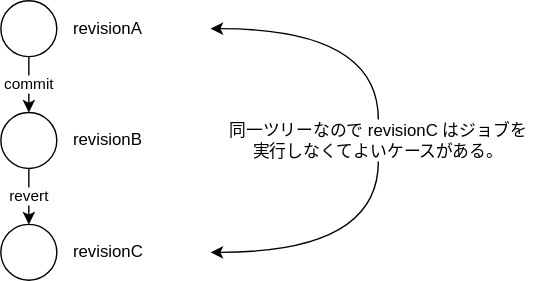
Above: doc/blog/add-label.drawio.svg in mitoma/sver (draw.io), before the change. Source tidied: cells renumbered, new cells last; positions are measured from the earlier drawing's top-left corner, leaving out a move shared by most shapes. Its diagram source:
```xml
<mxGraphModel>
  <root>
    <mxCell id="0" />
    <mxCell id="1" parent="0" />
    <mxCell id="2" style="group;" parent="1" vertex="1">
      <mxGeometry width="150" height="40" as="geometry" />
    </mxCell>
    <mxCell id="3" style="ellipse;whiteSpace=wrap;html=1;" parent="2" vertex="1">
      <mxGeometry width="40" height="40" as="geometry" />
    </mxCell>
    <mxCell id="4" value="revisionA" style="text;html=1;strokeColor=none;fillColor=none;align=left;verticalAlign=middle;whiteSpace=wrap;rounded=0;" parent="2" vertex="1">
      <mxGeometry x="50" y="5" width="100" height="30" as="geometry" />
    </mxCell>
    <mxCell id="5" style="group;" parent="1" vertex="1">
      <mxGeometry y="80" width="150" height="40" as="geometry" />
    </mxCell>
    <mxCell id="6" style="ellipse;whiteSpace=wrap;html=1;" parent="5" vertex="1">
      <mxGeometry width="40" height="40" as="geometry" />
    </mxCell>
    <mxCell id="7" value="revisionB" style="text;html=1;strokeColor=none;fillColor=none;align=left;verticalAlign=middle;whiteSpace=wrap;rounded=0;" parent="5" vertex="1">
      <mxGeometry x="50" y="5" width="100" height="30" as="geometry" />
    </mxCell>
    <mxCell id="8" style="group;" parent="1" vertex="1">
      <mxGeometry y="160" width="150" height="40" as="geometry" />
    </mxCell>
    <mxCell id="9" style="ellipse;whiteSpace=wrap;html=1;" parent="8" vertex="1">
      <mxGeometry width="40" height="40" as="geometry" />
    </mxCell>
    <mxCell id="10" value="revisionC" style="text;html=1;strokeColor=none;fillColor=none;align=left;verticalAlign=middle;whiteSpace=wrap;rounded=0;" parent="8" vertex="1">
      <mxGeometry x="50" y="5" width="100" height="30" as="geometry" />
    </mxCell>
    <mxCell id="11" value="commit" style="edgeStyle=none;html=1;exitX=0.5;exitY=1;exitDx=0;exitDy=0;entryX=0.5;entryY=0;entryDx=0;entryDy=0;" parent="1" edge="1" source="3" target="6">
      <mxGeometry relative="1" as="geometry" />
    </mxCell>
    <mxCell id="12" value="revert" style="edgeStyle=none;html=1;exitX=0.5;exitY=1;exitDx=0;exitDy=0;entryX=0.5;entryY=0;entryDx=0;entryDy=0;" parent="1" edge="1" source="6" target="9">
      <mxGeometry relative="1" as="geometry" />
    </mxCell>
    <mxCell id="13" style="edgeStyle=orthogonalEdgeStyle;html=1;exitX=0.5;exitY=0;exitDx=0;exitDy=0;entryX=1;entryY=0.5;entryDx=0;entryDy=0;curved=1;" parent="1" edge="1" source="15" target="4">
      <mxGeometry relative="1" as="geometry" />
    </mxCell>
    <mxCell id="14" style="edgeStyle=orthogonalEdgeStyle;curved=1;html=1;exitX=0.5;exitY=1;exitDx=0;exitDy=0;entryX=1;entryY=0.5;entryDx=0;entryDy=0;" parent="1" edge="1" source="15" target="10">
      <mxGeometry relative="1" as="geometry" />
    </mxCell>
    <mxCell id="15" value="同一ツリーなので revisionC はジョブを実行しなくてよいケースがある。" style="text;html=1;strokeColor=none;fillColor=none;align=center;verticalAlign=middle;whiteSpace=wrap;rounded=0;" parent="1" vertex="1">
      <mxGeometry x="160" y="85" width="220" height="30" as="geometry" />
    </mxCell>
  </root>
</mxGraphModel>
```
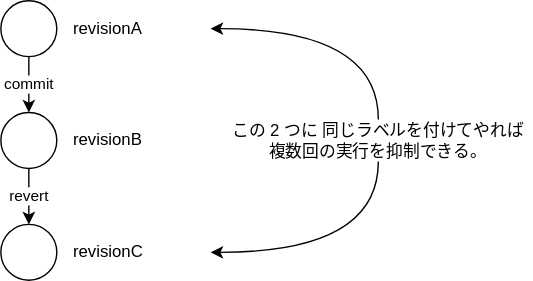
The same diagram one commit later.

Diff of the diagram source:
```diff
@@ -41,7 +41,7 @@
     <mxCell id="14" style="edgeStyle=orthogonalEdgeStyle;curved=1;html=1;exitX=0.5;exitY=1;exitDx=0;exitDy=0;entryX=1;entryY=0.5;entryDx=0;entryDy=0;" parent="1" edge="1" source="15" target="10">
       <mxGeometry relative="1" as="geometry" />
     </mxCell>
-    <mxCell id="15" value="同一ツリーなので revisionC はジョブを実行しなくてよいケースがある。" style="text;html=1;strokeColor=none;fillColor=none;align=center;verticalAlign=middle;whiteSpace=wrap;rounded=0;" parent="1" vertex="1">
+    <mxCell id="15" value="この 2 つに 同じラベルを付けてやれば複数回の実行を抑制できる。" style="text;html=1;strokeColor=none;fillColor=none;align=center;verticalAlign=middle;whiteSpace=wrap;rounded=0;" parent="1" vertex="1">
       <mxGeometry x="160" y="85" width="220" height="30" as="geometry" />
     </mxCell>
   </root>
```
